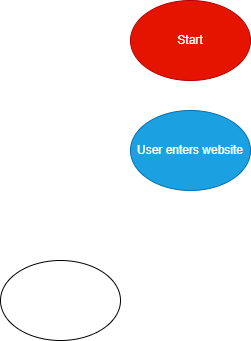
This is explore/diagramming/diagram.drawio.png from MaximPodgore/sp24-cse110-lab4, a draw.io export, as it was before one commit. Source tidied: cells renumbered, new cells last; positions are measured from the earlier drawing's top-left corner, leaving out a move shared by most shapes.
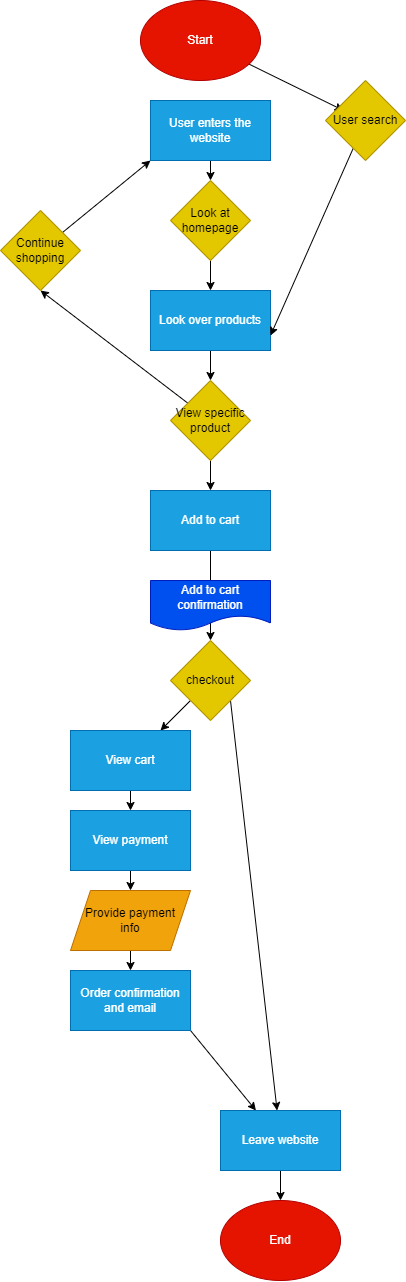
After the commit.

What changed in the source:
```diff
@@ -2,14 +2,101 @@
   <root>
     <mxCell id="0" />
     <mxCell id="1" parent="0" />
-    <mxCell id="2" value="User enters website" style="ellipse;whiteSpace=wrap;html=1;fillColor=#1ba1e2;fontColor=#ffffff;strokeColor=#006EAF;" parent="1" vertex="1">
-      <mxGeometry x="130" y="110" width="120" height="80" as="geometry" />
-    </mxCell>
-    <mxCell id="3" style="ellipse;whiteSpace=wrap;html=1;" parent="1" vertex="1">
-      <mxGeometry y="260" width="120" height="80" as="geometry" />
-    </mxCell>
+    <mxCell id="5" style="edgeStyle=none;html=1;entryX=0.223;entryY=0.374;entryDx=0;entryDy=0;entryPerimeter=0;" parent="1" edge="1" source="4" target="13">
+      <mxGeometry relative="1" as="geometry" />
+    </mxCell>
     <mxCell id="4" value="Start" style="ellipse;whiteSpace=wrap;html=1;fillColor=#e51400;fontColor=#ffffff;strokeColor=#B20000;" parent="1" vertex="1">
       <mxGeometry x="130" width="120" height="80" as="geometry" />
     </mxCell>
+    <mxCell id="6" style="edgeStyle=none;html=1;" parent="1" edge="1" source="7" target="11">
+      <mxGeometry relative="1" as="geometry" />
+    </mxCell>
+    <mxCell id="7" value="User enters the website" style="rounded=0;whiteSpace=wrap;html=1;fillColor=#1ba1e2;fontColor=#ffffff;strokeColor=#006EAF;" parent="1" vertex="1">
+      <mxGeometry x="140" y="100" width="120" height="60" as="geometry" />
+    </mxCell>
+    <mxCell id="8" style="edgeStyle=none;html=1;" parent="1" edge="1" source="9" target="16">
+      <mxGeometry relative="1" as="geometry" />
+    </mxCell>
+    <mxCell id="9" value="Look over products" style="rounded=0;whiteSpace=wrap;html=1;fillColor=#1ba1e2;fontColor=#ffffff;strokeColor=#006EAF;" parent="1" vertex="1">
+      <mxGeometry x="140" y="290" width="120" height="60" as="geometry" />
+    </mxCell>
+    <mxCell id="10" style="edgeStyle=none;html=1;" parent="1" edge="1" source="11" target="9">
+      <mxGeometry relative="1" as="geometry" />
+    </mxCell>
+    <mxCell id="11" value="Look at homepage" style="rhombus;whiteSpace=wrap;html=1;fillColor=#e3c800;fontColor=#000000;strokeColor=#B09500;" parent="1" vertex="1">
+      <mxGeometry x="160" y="180" width="80" height="80" as="geometry" />
+    </mxCell>
+    <mxCell id="12" style="edgeStyle=none;html=1;entryX=1;entryY=0.75;entryDx=0;entryDy=0;" parent="1" edge="1" source="13" target="9">
+      <mxGeometry relative="1" as="geometry" />
+    </mxCell>
+    <mxCell id="13" value="User search&lt;br&gt;" style="rhombus;whiteSpace=wrap;html=1;fillColor=#e3c800;fontColor=#000000;strokeColor=#B09500;" parent="1" vertex="1">
+      <mxGeometry x="315" y="80" width="80" height="80" as="geometry" />
+    </mxCell>
+    <mxCell id="14" style="edgeStyle=none;html=1;entryX=0.5;entryY=1;entryDx=0;entryDy=0;" parent="1" edge="1" source="16" target="18">
+      <mxGeometry relative="1" as="geometry" />
+    </mxCell>
+    <mxCell id="15" style="edgeStyle=none;html=1;" parent="1" edge="1" source="16" target="20">
+      <mxGeometry relative="1" as="geometry" />
+    </mxCell>
+    <mxCell id="16" value="View specific product" style="rhombus;whiteSpace=wrap;html=1;fillColor=#e3c800;fontColor=#000000;strokeColor=#B09500;" parent="1" vertex="1">
+      <mxGeometry x="160" y="380" width="80" height="80" as="geometry" />
+    </mxCell>
+    <mxCell id="17" style="edgeStyle=none;html=1;entryX=0;entryY=1;entryDx=0;entryDy=0;" parent="1" edge="1" source="18" target="7">
+      <mxGeometry relative="1" as="geometry" />
+    </mxCell>
+    <mxCell id="18" value="Continue shopping" style="rhombus;whiteSpace=wrap;html=1;fillColor=#e3c800;fontColor=#000000;strokeColor=#B09500;" parent="1" vertex="1">
+      <mxGeometry x="-10" y="210" width="80" height="80" as="geometry" />
+    </mxCell>
+    <mxCell id="19" style="edgeStyle=none;html=1;" parent="1" edge="1" source="20" target="24">
+      <mxGeometry relative="1" as="geometry" />
+    </mxCell>
+    <mxCell id="20" value="Add to cart&lt;br&gt;" style="rounded=0;whiteSpace=wrap;html=1;fillColor=#1ba1e2;fontColor=#ffffff;strokeColor=#006EAF;" parent="1" vertex="1">
+      <mxGeometry x="140" y="490" width="120" height="60" as="geometry" />
+    </mxCell>
+    <mxCell id="21" value="Add to cart confirmation" style="shape=document;whiteSpace=wrap;html=1;boundedLbl=1;fillColor=#0050ef;fontColor=#ffffff;strokeColor=#001DBC;" parent="1" vertex="1">
+      <mxGeometry x="140" y="580" width="120" height="50" as="geometry" />
+    </mxCell>
+    <mxCell id="22" style="edgeStyle=none;html=1;exitX=0;exitY=1;exitDx=0;exitDy=0;" parent="1" edge="1" source="24" target="26">
+      <mxGeometry relative="1" as="geometry" />
+    </mxCell>
+    <mxCell id="23" style="edgeStyle=none;html=1;exitX=1;exitY=1;exitDx=0;exitDy=0;" parent="1" edge="1" source="24" target="34">
+      <mxGeometry relative="1" as="geometry" />
+    </mxCell>
+    <mxCell id="24" value="checkout" style="rhombus;whiteSpace=wrap;html=1;fillColor=#e3c800;fontColor=#000000;strokeColor=#B09500;" parent="1" vertex="1">
+      <mxGeometry x="160" y="640" width="80" height="80" as="geometry" />
+    </mxCell>
+    <mxCell id="25" style="edgeStyle=none;html=1;exitX=0.5;exitY=1;exitDx=0;exitDy=0;" parent="1" edge="1" source="26" target="28">
+      <mxGeometry relative="1" as="geometry" />
+    </mxCell>
+    <mxCell id="26" value="View cart" style="rounded=0;whiteSpace=wrap;html=1;fillColor=#1ba1e2;fontColor=#ffffff;strokeColor=#006EAF;" parent="1" vertex="1">
+      <mxGeometry x="60" y="730" width="120" height="60" as="geometry" />
+    </mxCell>
+    <mxCell id="27" style="edgeStyle=none;html=1;exitX=0.5;exitY=1;exitDx=0;exitDy=0;" parent="1" edge="1" source="28" target="30">
+      <mxGeometry relative="1" as="geometry" />
+    </mxCell>
+    <mxCell id="28" value="View payment" style="rounded=0;whiteSpace=wrap;html=1;fillColor=#1ba1e2;fontColor=#ffffff;strokeColor=#006EAF;" parent="1" vertex="1">
+      <mxGeometry x="60" y="810" width="120" height="60" as="geometry" />
+    </mxCell>
+    <mxCell id="29" style="edgeStyle=none;html=1;exitX=0.5;exitY=1;exitDx=0;exitDy=0;" parent="1" edge="1" source="30" target="32">
+      <mxGeometry relative="1" as="geometry" />
+    </mxCell>
+    <mxCell id="30" value="Provide payment &lt;br&gt;info" style="shape=parallelogram;perimeter=parallelogramPerimeter;whiteSpace=wrap;html=1;fixedSize=1;fillColor=#f0a30a;fontColor=#000000;strokeColor=#BD7000;" parent="1" vertex="1">
+      <mxGeometry x="60" y="890" width="120" height="60" as="geometry" />
+    </mxCell>
+    <mxCell id="31" style="edgeStyle=none;html=1;exitX=1;exitY=1;exitDx=0;exitDy=0;" parent="1" edge="1" source="32" target="34">
+      <mxGeometry relative="1" as="geometry" />
+    </mxCell>
+    <mxCell id="32" value="Order confirmation and email" style="rounded=0;whiteSpace=wrap;html=1;fillColor=#1ba1e2;fontColor=#ffffff;strokeColor=#006EAF;" parent="1" vertex="1">
+      <mxGeometry x="60" y="970" width="120" height="60" as="geometry" />
+    </mxCell>
+    <mxCell id="33" style="edgeStyle=none;html=1;" parent="1" edge="1" source="34" target="35">
+      <mxGeometry relative="1" as="geometry" />
+    </mxCell>
+    <mxCell id="34" value="Leave website" style="rounded=0;whiteSpace=wrap;html=1;fillColor=#1ba1e2;fontColor=#ffffff;strokeColor=#006EAF;" parent="1" vertex="1">
+      <mxGeometry x="210" y="1110" width="120" height="60" as="geometry" />
+    </mxCell>
+    <mxCell id="35" value="End" style="ellipse;whiteSpace=wrap;html=1;fillColor=#e51400;fontColor=#ffffff;strokeColor=#B20000;" parent="1" vertex="1">
+      <mxGeometry x="210" y="1200" width="120" height="80" as="geometry" />
+    </mxCell>
   </root>
 </mxGraphModel>
```
